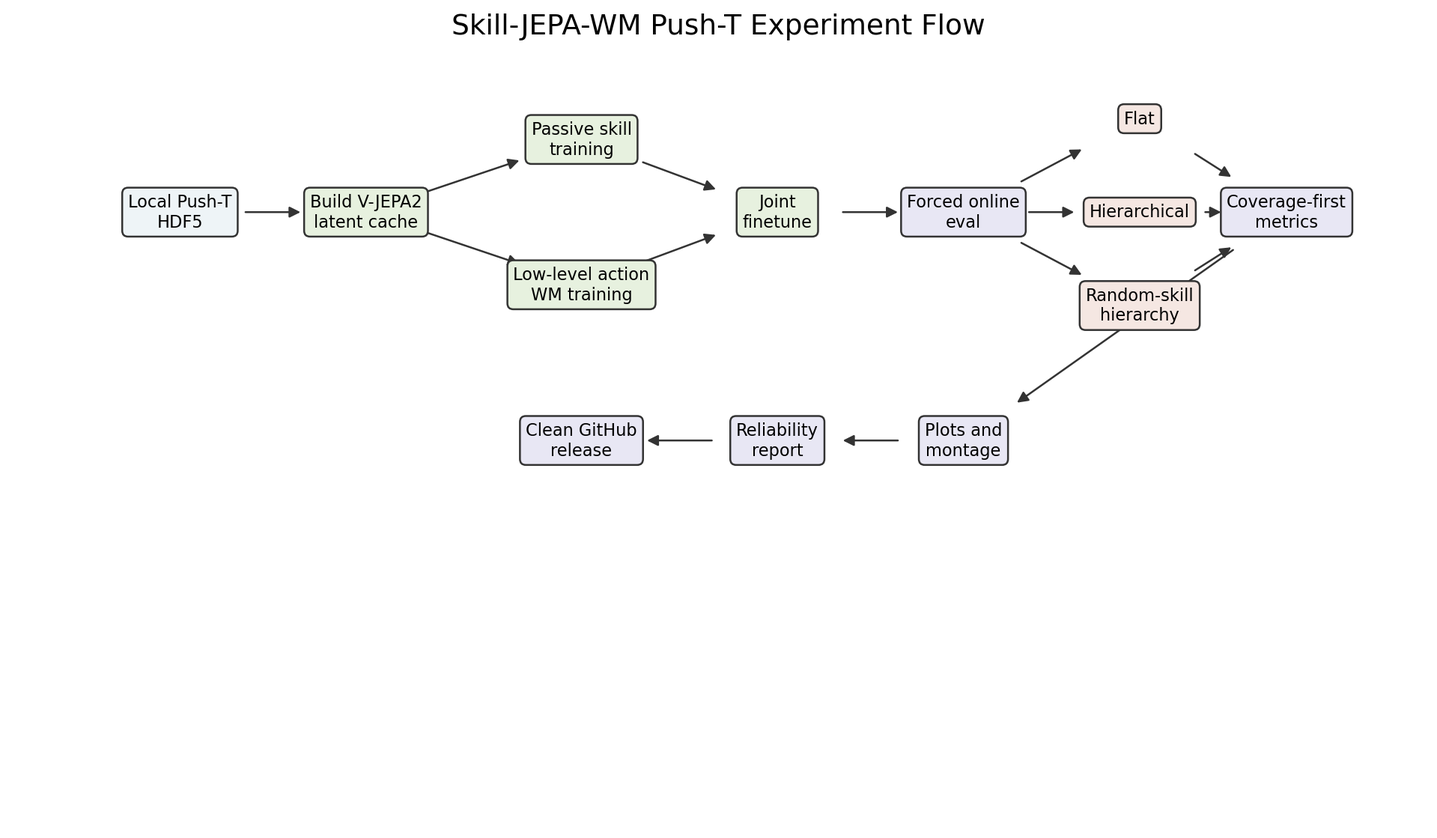
Earlier version of the Mermaid export docs/architecture/experiment_flow.png (YichengDraw/skill-jepa-wm-pusht). Its source is kept beside it as docs/architecture/experiment_flow.mmd.
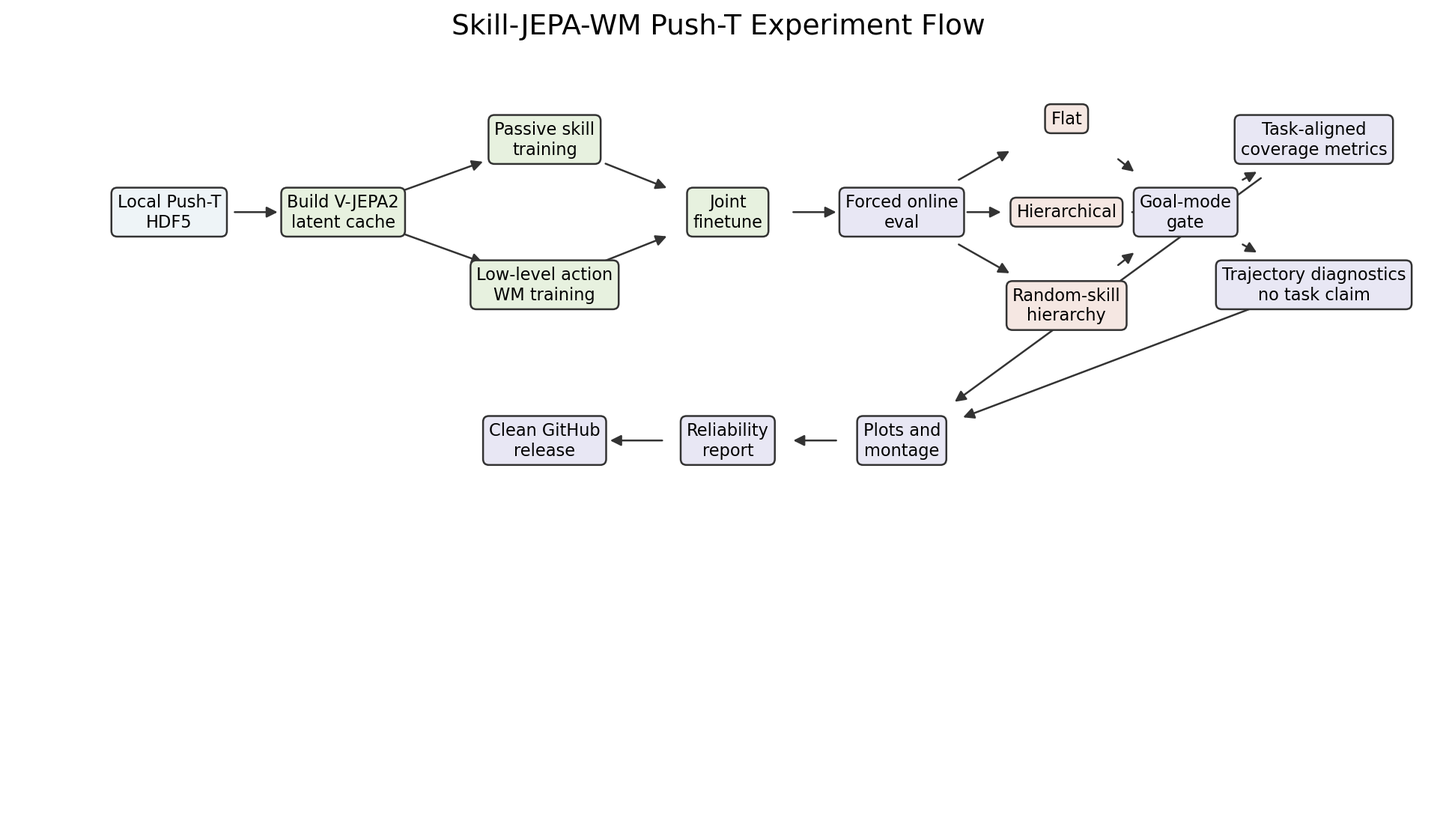
After the change.

What changed in the source:
```diff
@@ -8,9 +8,12 @@
   eval --> flat["Flat planner"]
   eval --> hier["Hierarchical planner"]
   eval --> random["Random-skill hierarchy ablation"]
-  flat --> metrics["Coverage-first metrics"]
-  hier --> metrics
-  random --> metrics
+  flat --> gate["Goal-mode gate"]
+  hier --> gate
+  random --> gate
+  gate --> metrics["Task-aligned coverage metrics"]
+  gate --> diag["Trajectory diagnostics: no task claim"]
   metrics --> plots["Plots and rollout montage"]
+  diag --> plots
   plots --> report["Reliability report"]
   report --> release["Clean GitHub release"]
```
